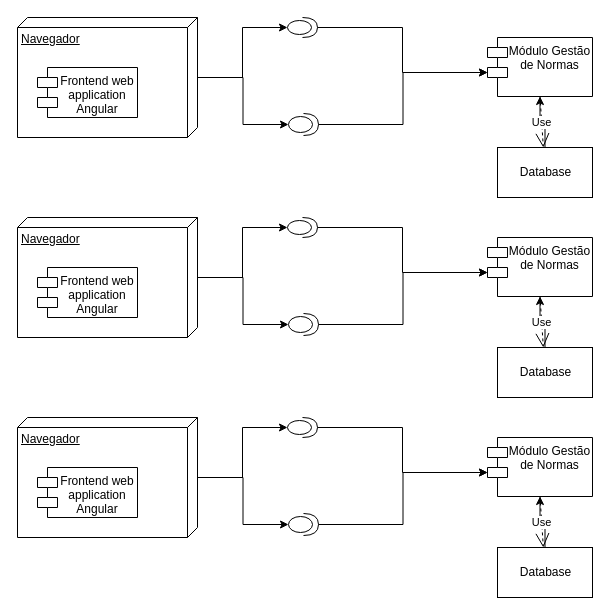
Earlier version of the draw.io diagram Diagrama de Componentes.drawio (thallysfreed/arquitetura). Source tidied: cells renumbered, new cells numbered last; positions are measured from the earlier drawing's top-left corner, leaving out a move shared by most shapes. Both pictures are drawn from the tidied source at 100%, with x=0, y=0 at pixel (17, 17).
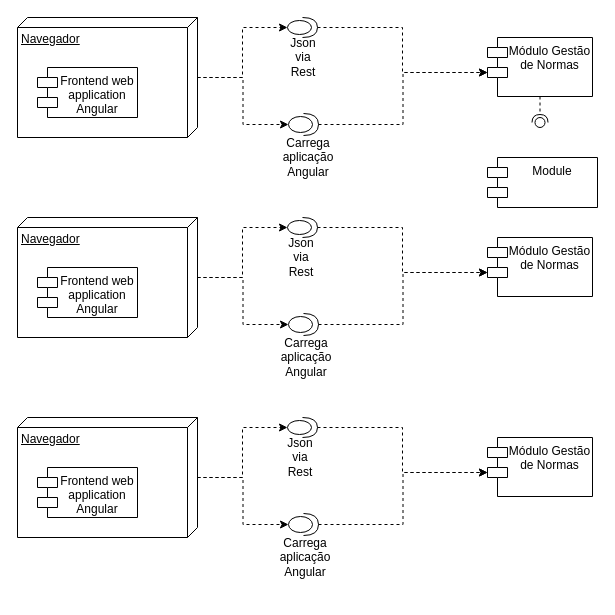
The same page after the edit.

Unchanged cells that the change refers to:
```xml
<mxCell id="2" value="Módulo Gestão&#10;de Normas" style="shape=module;align=left;spacingLeft=20;align=center;verticalAlign=top;" parent="1" vertex="1">
  <mxGeometry x="470" y="20" width="105" height="59" as="geometry" />
</mxCell>
<mxCell id="7" style="shape=providedRequiredInterface;html=1;verticalLabelPosition=bottom;rotation=-180;direction=west;" parent="1" vertex="1">
  <mxGeometry x="270" width="30" height="20" as="geometry" />
</mxCell>
<mxCell id="10" value="Navegador" style="verticalAlign=top;align=left;spacingTop=8;spacingLeft=2;spacingRight=12;shape=cube;size=10;direction=south;fontStyle=4;html=1;" parent="1" vertex="1">
  <mxGeometry width="180" height="120" as="geometry" />
</mxCell>
<mxCell id="13" style="shape=providedRequiredInterface;html=1;verticalLabelPosition=bottom;rotation=-180;direction=west;" parent="1" vertex="1">
  <mxGeometry x="271" y="96" width="30" height="22" as="geometry" />
</mxCell>
<mxCell id="14" value="Módulo Gestão&#10;de Normas" style="shape=module;align=left;spacingLeft=20;align=center;verticalAlign=top;" parent="1" vertex="1">
  <mxGeometry x="470" y="220" width="105" height="59" as="geometry" />
</mxCell>
<mxCell id="19" style="shape=providedRequiredInterface;html=1;verticalLabelPosition=bottom;rotation=-180;direction=west;" parent="1" vertex="1">
  <mxGeometry x="270" y="200" width="30" height="20" as="geometry" />
</mxCell>
<mxCell id="22" value="Navegador" style="verticalAlign=top;align=left;spacingTop=8;spacingLeft=2;spacingRight=12;shape=cube;size=10;direction=south;fontStyle=4;html=1;" parent="1" vertex="1">
  <mxGeometry y="200" width="180" height="120" as="geometry" />
</mxCell>
<mxCell id="25" style="shape=providedRequiredInterface;html=1;verticalLabelPosition=bottom;rotation=-180;direction=west;" parent="1" vertex="1">
  <mxGeometry x="271" y="296" width="30" height="22" as="geometry" />
</mxCell>
<mxCell id="26" value="Módulo Gestão&#10;de Normas" style="shape=module;align=left;spacingLeft=20;align=center;verticalAlign=top;" parent="1" vertex="1">
  <mxGeometry x="470" y="420" width="105" height="59" as="geometry" />
</mxCell>
<mxCell id="31" style="shape=providedRequiredInterface;html=1;verticalLabelPosition=bottom;rotation=-180;direction=west;" parent="1" vertex="1">
  <mxGeometry x="270" y="400" width="30" height="20" as="geometry" />
</mxCell>
<mxCell id="34" value="Navegador" style="verticalAlign=top;align=left;spacingTop=8;spacingLeft=2;spacingRight=12;shape=cube;size=10;direction=south;fontStyle=4;html=1;" parent="1" vertex="1">
  <mxGeometry y="400" width="180" height="120" as="geometry" />
</mxCell>
<mxCell id="37" style="shape=providedRequiredInterface;html=1;verticalLabelPosition=bottom;rotation=-180;direction=west;" parent="1" vertex="1">
  <mxGeometry x="271" y="496" width="30" height="22" as="geometry" />
</mxCell>
```

Diff of the diagram source:
```diff
@@
-    <mxCell id="3" style="edgeStyle=orthogonalEdgeStyle;rounded=0;jettySize=auto;html=1;" parent="1" edge="1" source="4" target="2">
-      <mxGeometry relative="1" as="geometry" />
-    </mxCell>
-    <mxCell id="4" value="Database" style="html=1;" parent="1" vertex="1">
-      <mxGeometry x="480" y="130" width="95" height="50" as="geometry" />
-    </mxCell>
-    <mxCell id="5" value="Use" style="endArrow=open;endSize=12;dashed=1;html=1;exitX=0.5;exitY=1;exitDx=0;exitDy=0;" parent="1" edge="1" source="2" target="4">
-      <mxGeometry relative="1" as="geometry" />
-    </mxCell>
-    <mxCell id="6" style="edgeStyle=orthogonalEdgeStyle;rounded=0;jettySize=auto;html=1;entryX=0;entryY=0;entryDx=0;entryDy=35;entryPerimeter=0;" parent="1" edge="1" source="7" target="2">
+    <mxCell id="6" style="edgeStyle=orthogonalEdgeStyle;rounded=0;jettySize=auto;html=1;entryX=0;entryY=0;entryDx=0;entryDy=35;entryPerimeter=0;dashed=1;" parent="1" edge="1" source="7" target="2">
       <mxGeometry relative="1" as="geometry" />
     </mxCell>
@@
-    <mxCell id="8" style="edgeStyle=orthogonalEdgeStyle;rounded=0;jettySize=auto;html=1;entryX=0;entryY=0.5;entryDx=0;entryDy=0;entryPerimeter=0;" parent="1" edge="1" source="10" target="7">
+    <mxCell id="8" style="edgeStyle=orthogonalEdgeStyle;rounded=0;jettySize=auto;html=1;entryX=0;entryY=0.5;entryDx=0;entryDy=0;entryPerimeter=0;dashed=1;" parent="1" edge="1" source="10" target="7">
       <mxGeometry relative="1" as="geometry" />
     </mxCell>
-    <mxCell id="9" style="edgeStyle=orthogonalEdgeStyle;rounded=0;jettySize=auto;html=1;entryX=0;entryY=0.5;entryDx=0;entryDy=0;entryPerimeter=0;" parent="1" edge="1" source="10" target="13">
+    <mxCell id="9" style="edgeStyle=orthogonalEdgeStyle;rounded=0;jettySize=auto;html=1;entryX=0;entryY=0.5;entryDx=0;entryDy=0;entryPerimeter=0;dashed=1;" parent="1" edge="1" source="10" target="13">
       <mxGeometry relative="1" as="geometry" />
     </mxCell>
@@
-    <mxCell id="12" style="edgeStyle=orthogonalEdgeStyle;rounded=0;jettySize=auto;html=1;entryX=0;entryY=0;entryDx=0;entryDy=35;entryPerimeter=0;" parent="1" edge="1" source="13" target="2">
+    <mxCell id="12" style="edgeStyle=orthogonalEdgeStyle;rounded=0;jettySize=auto;html=1;entryX=0;entryY=0;entryDx=0;entryDy=35;entryPerimeter=0;dashed=1;" parent="1" edge="1" source="13" target="2">
       <mxGeometry relative="1" as="geometry" />
     </mxCell>
@@
-    <mxCell id="15" style="edgeStyle=orthogonalEdgeStyle;rounded=0;jettySize=auto;html=1;" parent="1" edge="1" source="16" target="14">
-      <mxGeometry relative="1" as="geometry" />
-    </mxCell>
-    <mxCell id="16" value="Database" style="html=1;" parent="1" vertex="1">
-      <mxGeometry x="480" y="330" width="95" height="50" as="geometry" />
-    </mxCell>
-    <mxCell id="17" value="Use" style="endArrow=open;endSize=12;dashed=1;html=1;exitX=0.5;exitY=1;exitDx=0;exitDy=0;" parent="1" edge="1" source="14" target="16">
-      <mxGeometry relative="1" as="geometry" />
-    </mxCell>
-    <mxCell id="18" style="edgeStyle=orthogonalEdgeStyle;rounded=0;jettySize=auto;html=1;entryX=0;entryY=0;entryDx=0;entryDy=35;entryPerimeter=0;" parent="1" edge="1" source="19" target="14">
+    <mxCell id="18" style="edgeStyle=orthogonalEdgeStyle;rounded=0;jettySize=auto;html=1;entryX=0;entryY=0;entryDx=0;entryDy=35;entryPerimeter=0;dashed=1;" parent="1" edge="1" source="19" target="14">
       <mxGeometry relative="1" as="geometry" />
     </mxCell>
@@
-    <mxCell id="20" style="edgeStyle=orthogonalEdgeStyle;rounded=0;jettySize=auto;html=1;entryX=0;entryY=0.5;entryDx=0;entryDy=0;entryPerimeter=0;" parent="1" edge="1" source="22" target="19">
+    <mxCell id="20" style="edgeStyle=orthogonalEdgeStyle;rounded=0;jettySize=auto;html=1;entryX=0;entryY=0.5;entryDx=0;entryDy=0;entryPerimeter=0;dashed=1;" parent="1" edge="1" source="22" target="19">
       <mxGeometry relative="1" as="geometry" />
     </mxCell>
-    <mxCell id="21" style="edgeStyle=orthogonalEdgeStyle;rounded=0;jettySize=auto;html=1;entryX=0;entryY=0.5;entryDx=0;entryDy=0;entryPerimeter=0;" parent="1" edge="1" source="22" target="25">
+    <mxCell id="21" style="edgeStyle=orthogonalEdgeStyle;rounded=0;jettySize=auto;html=1;entryX=0;entryY=0.5;entryDx=0;entryDy=0;entryPerimeter=0;dashed=1;" parent="1" edge="1" source="22" target="25">
       <mxGeometry relative="1" as="geometry" />
     </mxCell>
@@
-    <mxCell id="24" style="edgeStyle=orthogonalEdgeStyle;rounded=0;jettySize=auto;html=1;entryX=0;entryY=0;entryDx=0;entryDy=35;entryPerimeter=0;" parent="1" edge="1" source="25" target="14">
+    <mxCell id="24" style="edgeStyle=orthogonalEdgeStyle;rounded=0;jettySize=auto;html=1;entryX=0;entryY=0;entryDx=0;entryDy=35;entryPerimeter=0;dashed=1;" parent="1" edge="1" source="25" target="14">
       <mxGeometry relative="1" as="geometry" />
     </mxCell>
@@
-    <mxCell id="27" style="edgeStyle=orthogonalEdgeStyle;rounded=0;jettySize=auto;html=1;" parent="1" edge="1" source="28" target="26">
-      <mxGeometry relative="1" as="geometry" />
-    </mxCell>
-    <mxCell id="28" value="Database" style="html=1;" parent="1" vertex="1">
-      <mxGeometry x="480" y="530" width="95" height="50" as="geometry" />
-    </mxCell>
-    <mxCell id="29" value="Use" style="endArrow=open;endSize=12;dashed=1;html=1;exitX=0.5;exitY=1;exitDx=0;exitDy=0;" parent="1" edge="1" source="26" target="28">
-      <mxGeometry relative="1" as="geometry" />
-    </mxCell>
-    <mxCell id="30" style="edgeStyle=orthogonalEdgeStyle;rounded=0;jettySize=auto;html=1;entryX=0;entryY=0;entryDx=0;entryDy=35;entryPerimeter=0;" parent="1" edge="1" source="31" target="26">
+    <mxCell id="30" style="edgeStyle=orthogonalEdgeStyle;rounded=0;jettySize=auto;html=1;entryX=0;entryY=0;entryDx=0;entryDy=35;entryPerimeter=0;dashed=1;" parent="1" edge="1" source="31" target="26">
       <mxGeometry relative="1" as="geometry" />
     </mxCell>
@@
-    <mxCell id="32" style="edgeStyle=orthogonalEdgeStyle;rounded=0;jettySize=auto;html=1;entryX=0;entryY=0.5;entryDx=0;entryDy=0;entryPerimeter=0;" parent="1" edge="1" source="34" target="31">
+    <mxCell id="32" style="edgeStyle=orthogonalEdgeStyle;rounded=0;jettySize=auto;html=1;entryX=0;entryY=0.5;entryDx=0;entryDy=0;entryPerimeter=0;dashed=1;" parent="1" edge="1" source="34" target="31">
       <mxGeometry relative="1" as="geometry" />
     </mxCell>
-    <mxCell id="33" style="edgeStyle=orthogonalEdgeStyle;rounded=0;jettySize=auto;html=1;entryX=0;entryY=0.5;entryDx=0;entryDy=0;entryPerimeter=0;" parent="1" edge="1" source="34" target="37">
+    <mxCell id="33" style="edgeStyle=orthogonalEdgeStyle;rounded=0;jettySize=auto;html=1;entryX=0;entryY=0.5;entryDx=0;entryDy=0;entryPerimeter=0;dashed=1;" parent="1" edge="1" source="34" target="37">
       <mxGeometry relative="1" as="geometry" />
     </mxCell>
@@
-    <mxCell id="36" style="edgeStyle=orthogonalEdgeStyle;rounded=0;jettySize=auto;html=1;entryX=0;entryY=0;entryDx=0;entryDy=35;entryPerimeter=0;" parent="1" edge="1" source="37" target="26">
+    <mxCell id="36" style="edgeStyle=orthogonalEdgeStyle;rounded=0;jettySize=auto;html=1;entryX=0;entryY=0;entryDx=0;entryDy=35;entryPerimeter=0;dashed=1;" parent="1" edge="1" source="37" target="26">
       <mxGeometry relative="1" as="geometry" />
     </mxCell>
@@
+    <mxCell id="38" value="Json via Rest" style="text;html=1;strokeColor=none;fillColor=none;align=center;verticalAlign=middle;whiteSpace=wrap;rounded=0;" parent="1" vertex="1">
+      <mxGeometry x="266" y="30" width="40" height="20" as="geometry" />
+    </mxCell>
+    <mxCell id="39" value="Carrega aplicação Angular" style="text;html=1;strokeColor=none;fillColor=none;align=center;verticalAlign=middle;whiteSpace=wrap;rounded=0;" parent="1" vertex="1">
+      <mxGeometry x="271" y="130" width="40" height="20" as="geometry" />
+    </mxCell>
+    <mxCell id="40" value="Json via Rest" style="text;html=1;strokeColor=none;fillColor=none;align=center;verticalAlign=middle;whiteSpace=wrap;rounded=0;" parent="1" vertex="1">
+      <mxGeometry x="263.5" y="230" width="40" height="20" as="geometry" />
+    </mxCell>
+    <mxCell id="41" value="Carrega aplicação Angular" style="text;html=1;strokeColor=none;fillColor=none;align=center;verticalAlign=middle;whiteSpace=wrap;rounded=0;" parent="1" vertex="1">
+      <mxGeometry x="268.5" y="330" width="40" height="20" as="geometry" />
+    </mxCell>
+    <mxCell id="42" value="Json via Rest" style="text;html=1;strokeColor=none;fillColor=none;align=center;verticalAlign=middle;whiteSpace=wrap;rounded=0;" parent="1" vertex="1">
+      <mxGeometry x="262.5" y="430" width="40" height="20" as="geometry" />
+    </mxCell>
+    <mxCell id="43" value="Carrega aplicação Angular" style="text;html=1;strokeColor=none;fillColor=none;align=center;verticalAlign=middle;whiteSpace=wrap;rounded=0;" parent="1" vertex="1">
+      <mxGeometry x="267.5" y="530" width="40" height="20" as="geometry" />
+    </mxCell>
+    <mxCell id="44" style="rounded=0;jettySize=auto;html=1;endArrow=halfCircle;endFill=0;entryX=0.5;entryY=0.5;entryDx=0;entryDy=0;endSize=6;strokeWidth=1;dashed=1;exitX=0.5;exitY=1;exitDx=0;exitDy=0;" parent="1" edge="1" source="2" target="45">
+      <mxGeometry relative="1" as="geometry" />
+    </mxCell>
+    <mxCell id="45" style="ellipse;whiteSpace=wrap;html=1;fontFamily=Helvetica;fontSize=12;fontColor=#000000;align=center;strokeColor=#000000;fillColor=#ffffff;points=[];" parent="1" vertex="1">
+      <mxGeometry x="517.5" y="100" width="10" height="10" as="geometry" />
+    </mxCell>
+    <mxCell id="46" value="Module" style="shape=module;align=left;spacingLeft=20;align=center;verticalAlign=top;" parent="1" vertex="1">
+      <mxGeometry x="470" y="140" width="110" height="50" as="geometry" />
+    </mxCell>
```
